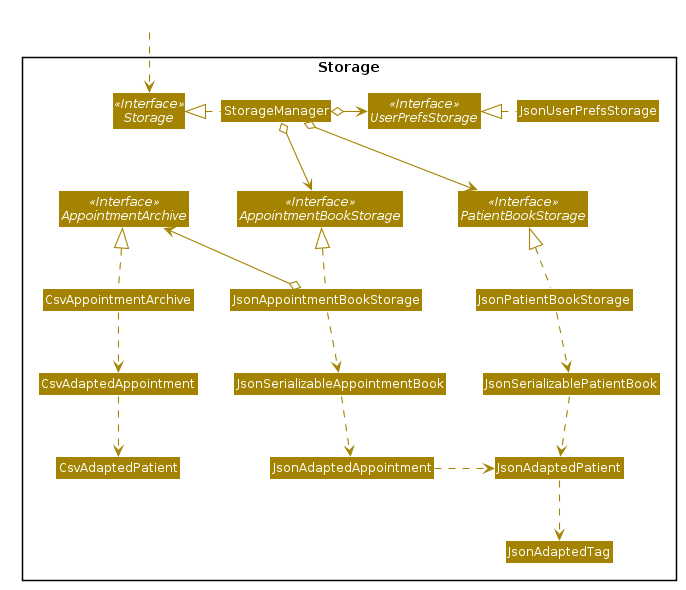
This is docs/images/StorageClassDiagram.png from xz0127/tp, a PlantUML export, as it was before one commit.
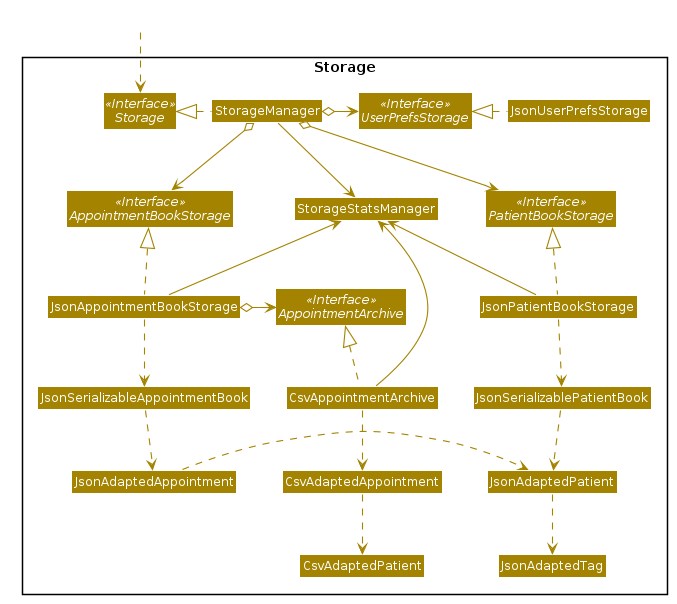
The same diagram one commit later.

Commit message:
Generate PNG images for PlantUML diagrams

The edit, as a diff of the source:
```diff
@@ -73,6 +73,8 @@
 Class CsvAppointmentArchive
 Class CsvAdaptedAppointment
 Class CsvAdaptedPatient
+
+Class StorageStatsManager
 }
 
 Class HiddenOutside #FFFFFF
@@ -95,8 +97,13 @@
 JsonSerializableAppointmentBook ..> JsonAdaptedAppointment
 JsonAdaptedAppointment .right.> JsonAdaptedPatient
 
-JsonAppointmentBookStorage o-up-> AppointmentArchive
+JsonAppointmentBookStorage o-right-> AppointmentArchive
 CsvAppointmentArchive .up.|> AppointmentArchive
 CsvAppointmentArchive .down.> CsvAdaptedAppointment
 CsvAdaptedAppointment ..> CsvAdaptedPatient
+
+StorageManager --> StorageStatsManager
+JsonAppointmentBookStorage -up-> StorageStatsManager
+JsonPatientBookStorage -up-> StorageStatsManager
+CsvAppointmentArchive -up-> StorageStatsManager
 @enduml
```
